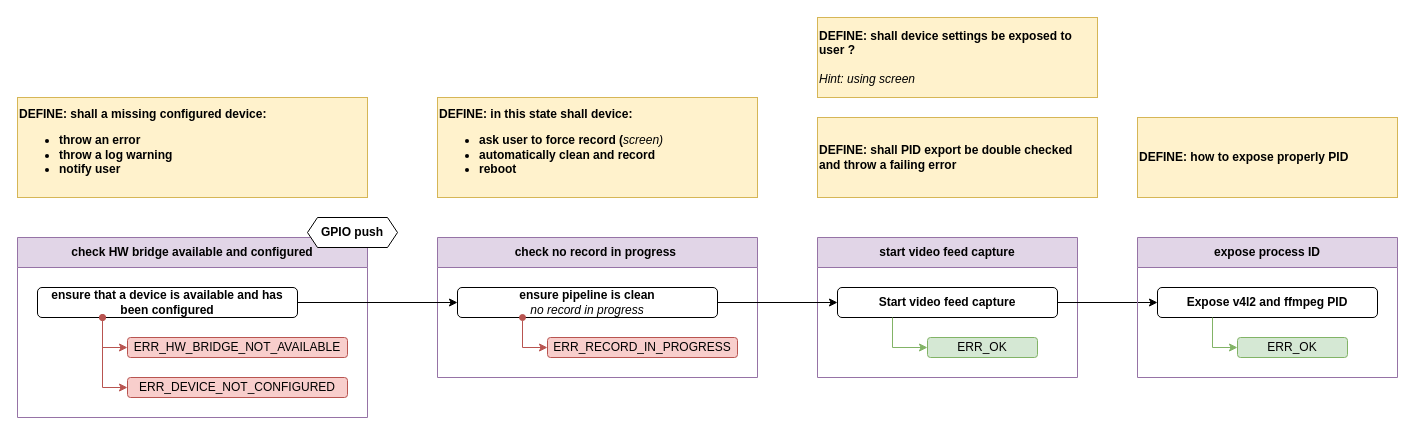
Before: page "start-rec" (6 of 12) of docs/arch/arch.drawio in repeact/embedded-sw, a draw.io diagram. Source tidied: cells renumbered, new cells numbered last; positions are measured from the earlier drawing's top-left corner, leaving out a move shared by most shapes. Both pictures are drawn from the tidied source at 100%, with x=0, y=0 at pixel (17, 17).
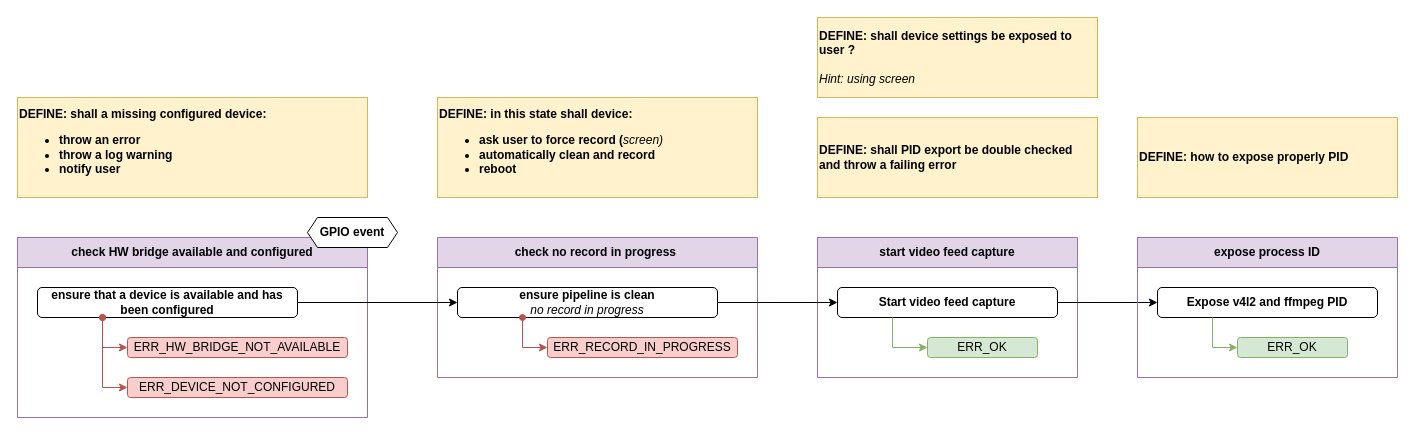
After the change.

Commit message (it also covers changes not shown here):
docs(arch): normalize GPIO events

What changed in the source:
```diff
@@
-    <mxCell id="18" value="&lt;b&gt;GPIO push&lt;/b&gt;" style="shape=hexagon;perimeter=hexagonPerimeter2;whiteSpace=wrap;html=1;fixedSize=1;size=10;strokeWidth=1;fontSize=12;" parent="1" vertex="1">
+    <mxCell id="18" value="&lt;b&gt;GPIO event&lt;/b&gt;" style="shape=hexagon;perimeter=hexagonPerimeter2;whiteSpace=wrap;html=1;fixedSize=1;size=10;strokeWidth=1;fontSize=12;" parent="1" vertex="1">
       <mxGeometry x="290" y="200" width="90" height="30" as="geometry" />
     </mxCell>
```
